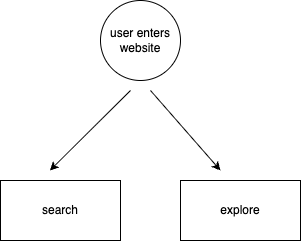
The draw.io diagram explore/diagramming/diagram.drawio.png in shazibid/sp26-cse110-lab4, before a commit. Source tidied: cells renumbered, new cells last; positions are measured from the earlier drawing's top-left corner, leaving out a move shared by most shapes.
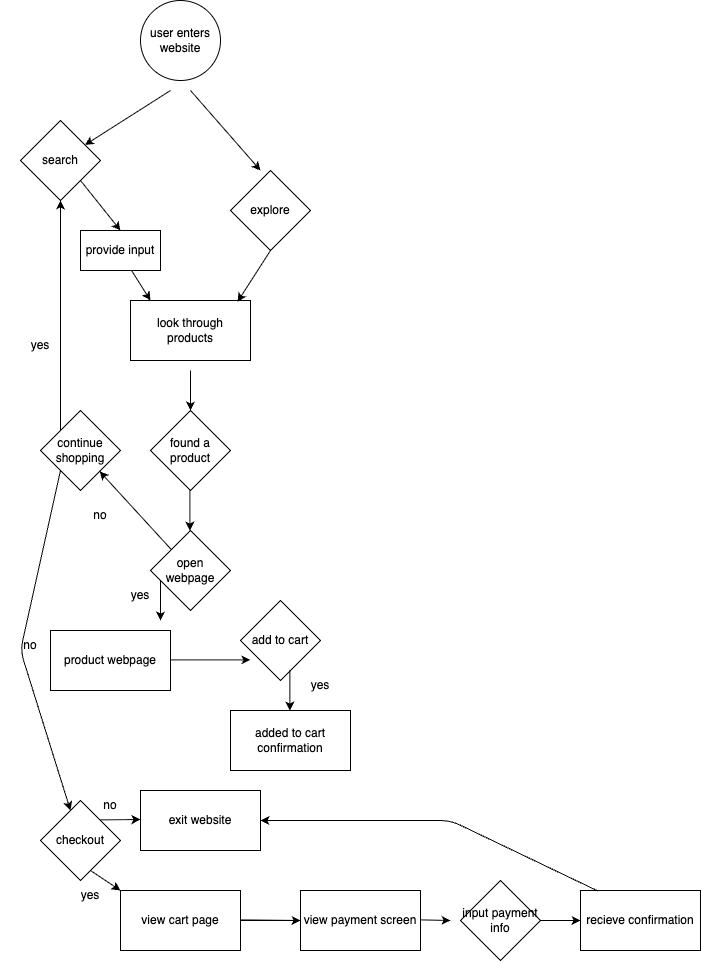
Later version of the same file.

The edit, as a diff of the source:
```diff
@@ -5,23 +5,181 @@
     <mxCell id="2" value="user enters website" style="ellipse;whiteSpace=wrap;html=1;" parent="1" vertex="1">
       <mxGeometry x="100" width="80" height="80" as="geometry" />
     </mxCell>
-    <mxCell id="3" style="edgeStyle=none;orthogonalLoop=1;jettySize=auto;html=1;" parent="1" edge="1">
+    <mxCell id="3" style="edgeStyle=none;jettySize=auto;html=1;" parent="1" edge="1" target="4">
       <mxGeometry relative="1" as="geometry">
         <mxPoint x="130" y="90" as="sourcePoint" />
-        <mxPoint x="49.4" y="170" as="targetPoint" />
       </mxGeometry>
     </mxCell>
+    <mxCell id="5" style="edgeStyle=none;orthogonalLoop=1;jettySize=auto;html=1;" parent="1" edge="1">
+      <mxGeometry relative="1" as="geometry">
+        <mxPoint x="150" y="90" as="sourcePoint" />
+        <mxPoint x="220" y="170" as="targetPoint" />
+      </mxGeometry>
+    </mxCell>
+    <mxCell id="7" value="look through&lt;div&gt;products&lt;/div&gt;" style="whiteSpace=wrap;html=1;" parent="1" vertex="1">
+      <mxGeometry x="90" y="300" width="120" height="60" as="geometry" />
+    </mxCell>
+    <mxCell id="8" style="edgeStyle=none;jettySize=auto;html=1;exitX=0.619;exitY=0.938;exitDx=0;exitDy=0;exitPerimeter=0;" parent="1" edge="1" source="27">
+      <mxGeometry relative="1" as="geometry">
+        <mxPoint x="110" y="300" as="targetPoint" />
+      </mxGeometry>
+    </mxCell>
+    <mxCell id="9" style="edgeStyle=none;jettySize=auto;html=1;exitX=0.5;exitY=1;exitDx=0;exitDy=0;entryX=0.892;entryY=0.021;entryDx=0;entryDy=0;entryPerimeter=0;" parent="1" edge="1" source="6" target="7">
+      <mxGeometry relative="1" as="geometry" />
+    </mxCell>
+    <mxCell id="10" style="edgeStyle=none;orthogonalLoop=1;jettySize=auto;html=1;" parent="1" edge="1">
+      <mxGeometry relative="1" as="geometry">
+        <mxPoint x="150" y="370" as="sourcePoint" />
+        <mxPoint x="150" y="410" as="targetPoint" />
+      </mxGeometry>
+    </mxCell>
+    <mxCell id="11" value="continue shopping" style="rhombus;whiteSpace=wrap;html=1;" parent="1" vertex="1">
+      <mxGeometry y="410" width="80" height="80" as="geometry" />
+    </mxCell>
+    <mxCell id="12" style="edgeStyle=none;jettySize=auto;html=1;" parent="1" edge="1" target="4">
+      <mxGeometry relative="1" as="geometry">
+        <mxPoint x="20" y="429.4" as="sourcePoint" />
+      </mxGeometry>
+    </mxCell>
+    <mxCell id="13" style="edgeStyle=none;jettySize=auto;html=1;" parent="1" edge="1" source="18" target="11">
+      <mxGeometry relative="1" as="geometry" />
+    </mxCell>
+    <mxCell id="14" value="yes" style="text;strokeColor=none;align=center;fillColor=none;html=1;verticalAlign=middle;whiteSpace=wrap;rounded=0;" parent="1" vertex="1">
+      <mxGeometry x="-30" y="330" width="60" height="30" as="geometry" />
+    </mxCell>
+    <mxCell id="15" value="found a product" style="rhombus;whiteSpace=wrap;html=1;" parent="1" vertex="1">
+      <mxGeometry x="110" y="410" width="80" height="80" as="geometry" />
+    </mxCell>
+    <mxCell id="16" value="add to cart" style="rhombus;whiteSpace=wrap;html=1;" parent="1" vertex="1">
+      <mxGeometry x="200" y="600" width="80" height="80" as="geometry" />
+    </mxCell>
+    <mxCell id="17" value="added to cart confirmation" style="whiteSpace=wrap;html=1;" parent="1" vertex="1">
+      <mxGeometry x="190" y="710" width="120" height="60" as="geometry" />
+    </mxCell>
+    <mxCell id="18" value="open webpage" style="rhombus;whiteSpace=wrap;html=1;" parent="1" vertex="1">
+      <mxGeometry x="110" y="530" width="80" height="80" as="geometry" />
+    </mxCell>
+    <mxCell id="19" value="product webpage" style="whiteSpace=wrap;html=1;" parent="1" vertex="1">
+      <mxGeometry x="10" y="630" width="120" height="60" as="geometry" />
+    </mxCell>
+    <mxCell id="20" value="no" style="text;strokeColor=none;align=center;fillColor=none;html=1;verticalAlign=middle;whiteSpace=wrap;rounded=0;" parent="1" vertex="1">
+      <mxGeometry x="30" y="500" width="60" height="30" as="geometry" />
+    </mxCell>
+    <mxCell id="21" style="edgeStyle=none;orthogonalLoop=1;jettySize=auto;html=1;" parent="1" edge="1">
+      <mxGeometry relative="1" as="geometry">
+        <mxPoint x="149.4" y="490" as="sourcePoint" />
+        <mxPoint x="149.4" y="530" as="targetPoint" />
+      </mxGeometry>
+    </mxCell>
+    <mxCell id="22" style="edgeStyle=none;orthogonalLoop=1;jettySize=auto;html=1;" parent="1" edge="1">
+      <mxGeometry relative="1" as="geometry">
+        <mxPoint x="120" y="580" as="sourcePoint" />
+        <mxPoint x="120" y="620" as="targetPoint" />
+      </mxGeometry>
+    </mxCell>
+    <mxCell id="23" style="edgeStyle=none;orthogonalLoop=1;jettySize=auto;html=1;" parent="1" edge="1">
+      <mxGeometry relative="1" as="geometry">
+        <mxPoint x="249.4" y="670" as="sourcePoint" />
+        <mxPoint x="249.4" y="710" as="targetPoint" />
+      </mxGeometry>
+    </mxCell>
+    <mxCell id="24" style="edgeStyle=none;orthogonalLoop=1;jettySize=auto;html=1;" parent="1" edge="1">
+      <mxGeometry relative="1" as="geometry">
+        <mxPoint x="130" y="659.4" as="sourcePoint" />
+        <mxPoint x="210" y="659.4" as="targetPoint" />
+      </mxGeometry>
+    </mxCell>
+    <mxCell id="25" value="yes" style="text;strokeColor=none;align=center;fillColor=none;html=1;verticalAlign=middle;whiteSpace=wrap;rounded=0;" parent="1" vertex="1">
+      <mxGeometry x="70" y="580" width="60" height="30" as="geometry" />
+    </mxCell>
+    <mxCell id="26" value="yes" style="text;strokeColor=none;align=center;fillColor=none;html=1;verticalAlign=middle;whiteSpace=wrap;rounded=0;" parent="1" vertex="1">
+      <mxGeometry x="250" y="670" width="60" height="30" as="geometry" />
+    </mxCell>
-    <mxCell id="4" value="search" style="whiteSpace=wrap;html=1;" parent="1" vertex="1">
-      <mxGeometry y="180" width="120" height="60" as="geometry" />
+    <mxCell id="4" value="search" style="rhombus;whiteSpace=wrap;html=1;" parent="1" vertex="1">
+      <mxGeometry x="-20" y="120" width="80" height="80" as="geometry" />
     </mxCell>
-    <mxCell id="5" style="edgeStyle=none;orthogonalLoop=1;jettySize=auto;html=1;" parent="1" edge="1">
-      <mxGeometry relative="1" as="geometry">
-        <mxPoint x="150" y="90" as="sourcePoint" />
-        <mxPoint x="220" y="170" as="targetPoint" />
-      </mxGeometry>
-    </mxCell>
-    <mxCell id="6" value="explore" style="whiteSpace=wrap;html=1;" parent="1" vertex="1">
-      <mxGeometry x="180" y="180" width="120" height="60" as="geometry" />
+    <mxCell id="6" value="explore" style="rhombus;whiteSpace=wrap;html=1;" parent="1" vertex="1">
+      <mxGeometry x="190" y="170" width="80" height="80" as="geometry" />
     </mxCell>
+    <mxCell id="27" value="provide input" style="whiteSpace=wrap;html=1;" parent="1" vertex="1">
+      <mxGeometry x="40" y="230" width="80" height="40" as="geometry" />
+    </mxCell>
+    <mxCell id="28" style="edgeStyle=none;jettySize=auto;html=1;entryX=0.5;entryY=0;entryDx=0;entryDy=0;" parent="1" edge="1" target="27">
+      <mxGeometry relative="1" as="geometry">
+        <mxPoint x="40" y="180" as="sourcePoint" />
+      </mxGeometry>
+    </mxCell>
+    <mxCell id="29" value="checkout" style="rhombus;whiteSpace=wrap;html=1;" parent="1" vertex="1">
+      <mxGeometry y="800" width="80" height="80" as="geometry" />
+    </mxCell>
+    <mxCell id="30" style="edgeStyle=none;jettySize=auto;html=1;exitX=0;exitY=1;exitDx=0;exitDy=0;entryX=0.375;entryY=0.125;entryDx=0;entryDy=0;entryPerimeter=0;" parent="1" edge="1" source="11" target="29">
+      <mxGeometry relative="1" as="geometry">
+        <Array as="points">
+          <mxPoint x="-20" y="650" />
+        </Array>
+      </mxGeometry>
+    </mxCell>
+    <mxCell id="31" value="no" style="text;strokeColor=none;align=center;fillColor=none;html=1;verticalAlign=middle;whiteSpace=wrap;rounded=0;" parent="1" vertex="1">
+      <mxGeometry x="-40" y="630" width="60" height="30" as="geometry" />
+    </mxCell>
+    <mxCell id="32" value="exit website" style="whiteSpace=wrap;html=1;" parent="1" vertex="1">
+      <mxGeometry x="100" y="790" width="120" height="60" as="geometry" />
+    </mxCell>
+    <mxCell id="33" style="edgeStyle=none;orthogonalLoop=1;jettySize=auto;html=1;" parent="1" edge="1">
+      <mxGeometry relative="1" as="geometry">
+        <mxPoint x="60" y="819.4" as="sourcePoint" />
+        <mxPoint x="100" y="819" as="targetPoint" />
+      </mxGeometry>
+    </mxCell>
+    <mxCell id="34" value="no" style="text;strokeColor=none;align=center;fillColor=none;html=1;verticalAlign=middle;whiteSpace=wrap;rounded=0;" parent="1" vertex="1">
+      <mxGeometry x="40" y="790" width="60" height="30" as="geometry" />
+    </mxCell>
+    <mxCell id="35" style="edgeStyle=none;html=1;" parent="1" edge="1" source="36" target="37">
+      <mxGeometry relative="1" as="geometry" />
+    </mxCell>
+    <mxCell id="36" value="view cart page" style="whiteSpace=wrap;html=1;" parent="1" vertex="1">
+      <mxGeometry x="80" y="890" width="120" height="60" as="geometry" />
+    </mxCell>
+    <mxCell id="37" value="view payment screen" style="whiteSpace=wrap;html=1;" parent="1" vertex="1">
+      <mxGeometry x="260" y="890" width="120" height="60" as="geometry" />
+    </mxCell>
+    <mxCell id="38" value="recieve confirmation" style="whiteSpace=wrap;html=1;" parent="1" vertex="1">
+      <mxGeometry x="540" y="890" width="120" height="60" as="geometry" />
+    </mxCell>
+    <mxCell id="39" value="input payment info" style="rhombus;whiteSpace=wrap;html=1;" parent="1" vertex="1">
+      <mxGeometry x="420" y="880" width="80" height="80" as="geometry" />
+    </mxCell>
+    <mxCell id="40" style="edgeStyle=none;orthogonalLoop=1;jettySize=auto;html=1;" parent="1" edge="1">
+      <mxGeometry relative="1" as="geometry">
+        <mxPoint x="200" y="919.4" as="sourcePoint" />
+        <mxPoint x="260" y="920" as="targetPoint" />
+      </mxGeometry>
+    </mxCell>
+    <mxCell id="41" style="edgeStyle=none;orthogonalLoop=1;jettySize=auto;html=1;" parent="1" edge="1">
+      <mxGeometry relative="1" as="geometry">
+        <mxPoint x="380" y="919.4" as="sourcePoint" />
+        <mxPoint x="410" y="920" as="targetPoint" />
+      </mxGeometry>
+    </mxCell>
+    <mxCell id="42" style="edgeStyle=none;jettySize=auto;html=1;exitX=1;exitY=0.5;exitDx=0;exitDy=0;" parent="1" edge="1" source="39">
+      <mxGeometry relative="1" as="geometry">
+        <mxPoint x="540" y="920" as="targetPoint" />
+      </mxGeometry>
+    </mxCell>
+    <mxCell id="43" style="edgeStyle=none;jettySize=auto;html=1;entryX=0;entryY=0;entryDx=0;entryDy=0;" parent="1" edge="1" target="36">
+      <mxGeometry relative="1" as="geometry">
+        <mxPoint x="50" y="870" as="sourcePoint" />
+      </mxGeometry>
+    </mxCell>
+    <mxCell id="44" value="yes" style="text;strokeColor=none;align=center;fillColor=none;html=1;verticalAlign=middle;whiteSpace=wrap;rounded=0;" parent="1" vertex="1">
+      <mxGeometry x="20" y="880" width="60" height="30" as="geometry" />
+    </mxCell>
+    <mxCell id="45" style="edgeStyle=none;jettySize=auto;html=1;entryX=1;entryY=0.5;entryDx=0;entryDy=0;exitX=0.146;exitY=0.009;exitDx=0;exitDy=0;exitPerimeter=0;" parent="1" edge="1" source="38" target="32">
+      <mxGeometry relative="1" as="geometry">
+        <Array as="points">
+          <mxPoint x="410" y="820" />
+        </Array>
+      </mxGeometry>
+    </mxCell>
   </root>
 </mxGraphModel>
```
